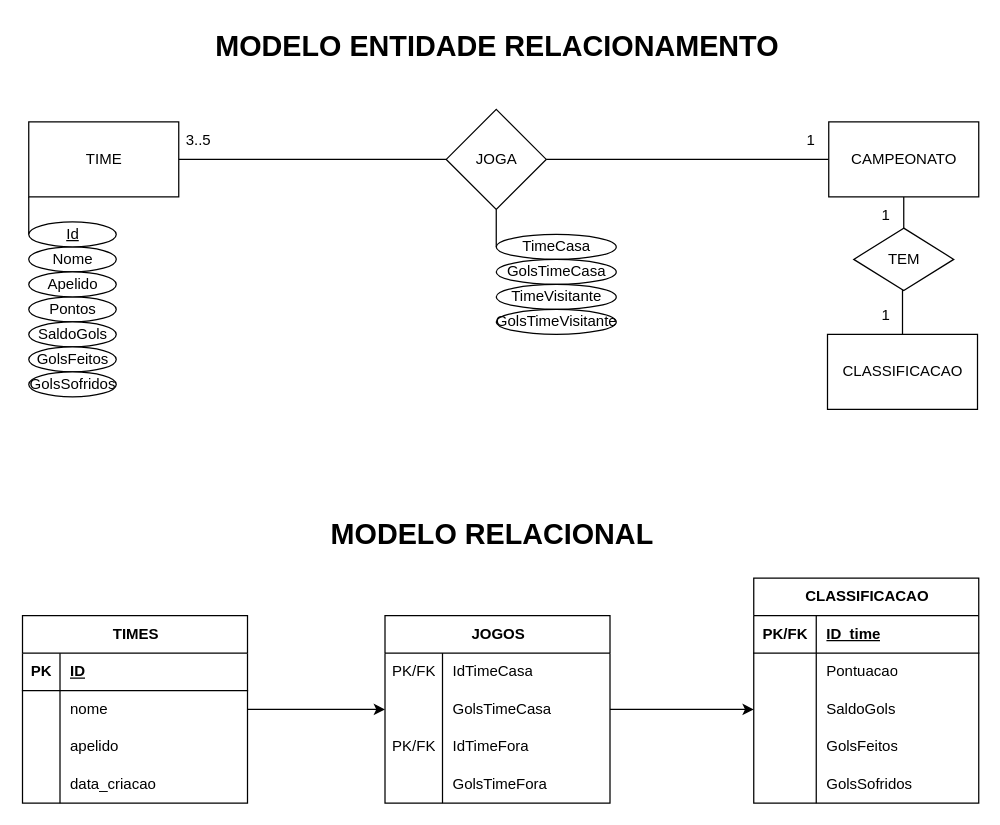
Above: FootballApp_5by5/modelo/modelo.drawio in gutvono/FootballApp_5by5 (draw.io), before the change. Source tidied: cells renumbered, new cells numbered last; positions are measured from the earlier drawing's top-left corner, leaving out a move shared by most shapes. Both pictures are drawn from the tidied source at 125%, with x=0, y=0 at pixel (22, 21).
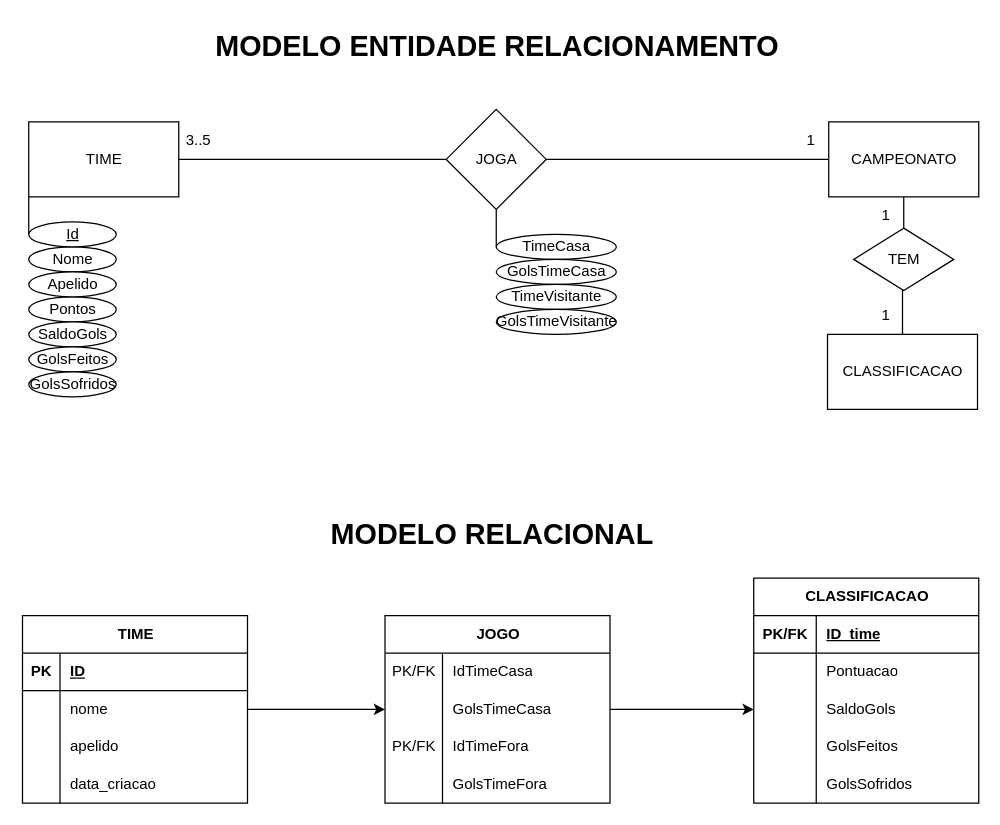
The same page after the edit.

What changed in the source:
```diff
@@
-    <mxCell id="3" value="TIMES" style="shape=table;startSize=30;childLayout=tableLayout;rowLines=0;fontStyle=1;align=center;html=1;" parent="1" vertex="1">
+    <mxCell id="3" value="TIME" style="shape=table;startSize=30;childLayout=tableLayout;rowLines=0;fontStyle=1;align=center;html=1;" parent="1" vertex="1">
       <mxGeometry x="-0.5" y="475" width="180" height="150" as="geometry" />
     </mxCell>
@@
-    <mxCell id="33" value="JOGOS" style="shape=table;startSize=30;childLayout=tableLayout;rowLines=0;fontStyle=1;align=center;html=1;" parent="1" vertex="1">
+    <mxCell id="33" value="JOGO" style="shape=table;startSize=30;childLayout=tableLayout;rowLines=0;fontStyle=1;align=center;html=1;" parent="1" vertex="1">
       <mxGeometry x="289.5" y="475" width="180" height="150" as="geometry" />
     </mxCell>
```
